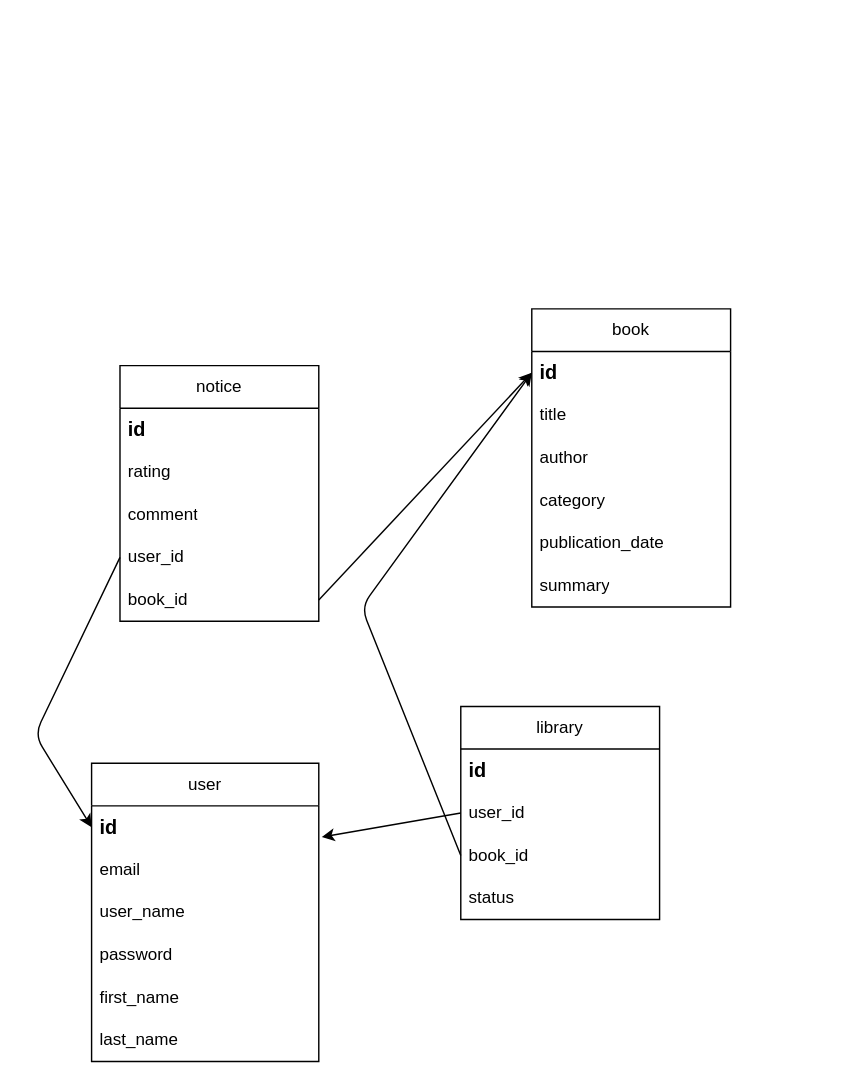
NicholasDSLV/Projet-BlaBlaBook keeps this draw.io diagram as conception/BDD/mld.dio. Above is the earlier version. Source tidied: cells renumbered, new cells numbered last; positions are measured from the earlier drawing's top-left corner, leaving out a move shared by most shapes. Both pictures are drawn from the tidied source at 142%, with x=0, y=0 at pixel (34, 308).
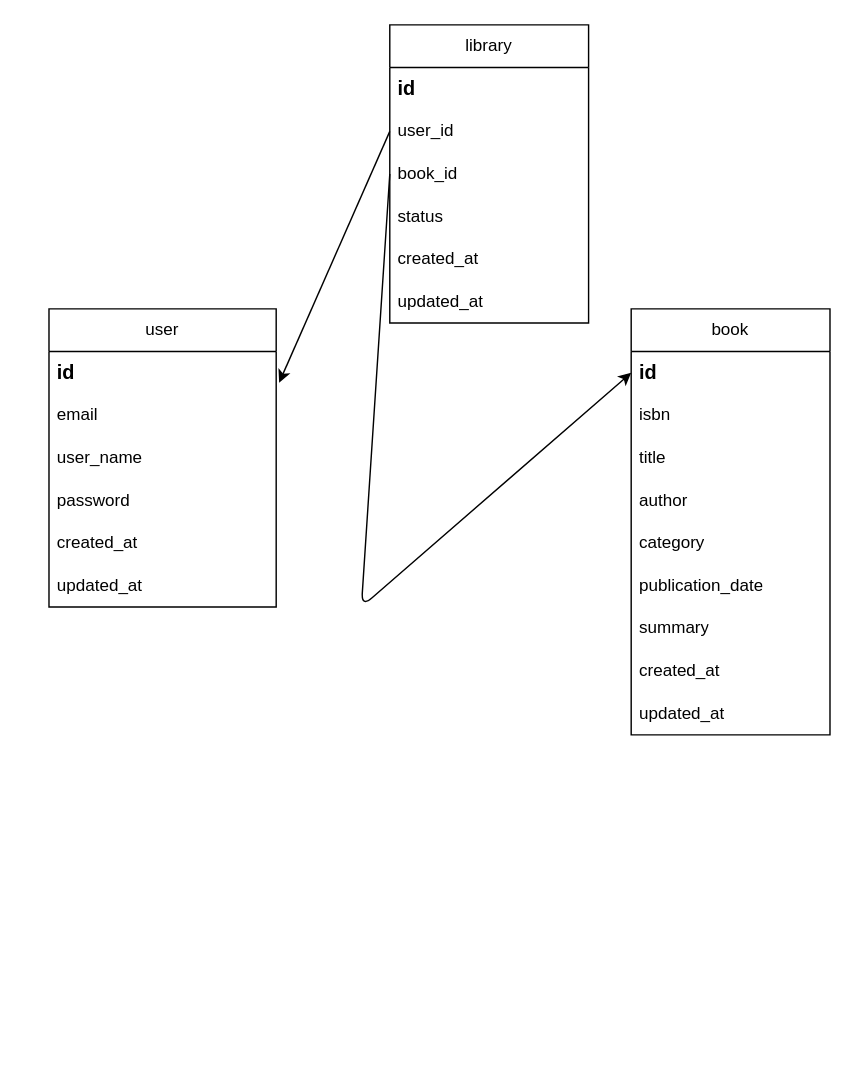
The same page after the edit.

The change refers to these unchanged cells:
```xml
<mxCell id="3" value="&lt;b&gt;&lt;font style=&quot;font-size: 14px;&quot;&gt;id&lt;/font&gt;&lt;/b&gt;" style="text;strokeColor=none;fillColor=none;align=left;verticalAlign=middle;spacingLeft=4;spacingRight=4;overflow=hidden;points=[[0,0.5],[1,0.5]];portConstraint=eastwest;whiteSpace=wrap;html=1;" parent="2" vertex="1">
  <mxGeometry y="30" width="160" height="30" as="geometry" />
</mxCell>
<mxCell id="16" value="&lt;b&gt;&lt;font style=&quot;font-size: 14px;&quot;&gt;id&lt;/font&gt;&lt;/b&gt;" style="text;strokeColor=none;fillColor=none;align=left;verticalAlign=middle;spacingLeft=4;spacingRight=4;overflow=hidden;points=[[0,0.5],[1,0.5]];portConstraint=eastwest;whiteSpace=wrap;html=1;" parent="15" vertex="1">
  <mxGeometry y="30" width="140" height="30" as="geometry" />
</mxCell>
```

What changed in the source:
```diff
@@
     <mxCell id="2" value="user" style="swimlane;fontStyle=0;horizontal=1;startSize=30;whiteSpace=wrap;html=1;" parent="1" vertex="1">
-      <mxGeometry x="40" y="320" width="160" height="210" as="geometry" />
+      <mxGeometry x="10" width="160" height="210" as="geometry" />
     </mxCell>
@@
-    <mxCell id="7" value="first_name" style="text;strokeColor=none;fillColor=none;align=left;verticalAlign=middle;spacingLeft=4;spacingRight=4;overflow=hidden;whiteSpace=wrap;html=1;" parent="2" vertex="1">
-      <mxGeometry y="150" width="160" height="30" as="geometry" />
-    </mxCell>
-    <mxCell id="8" value="last_name" style="text;strokeColor=none;fillColor=none;align=left;verticalAlign=middle;spacingLeft=4;spacingRight=4;overflow=hidden;whiteSpace=wrap;html=1;" parent="2" vertex="1">
-      <mxGeometry y="180" width="160" height="30" as="geometry" />
-    </mxCell>
-    <mxCell id="9" value="notice" style="swimlane;fontStyle=0;horizontal=1;startSize=30;whiteSpace=wrap;html=1;" parent="1" vertex="1">
-      <mxGeometry x="60" y="40" width="140" height="180" as="geometry" />
-    </mxCell>
-    <mxCell id="10" value="&lt;b&gt;&lt;font style=&quot;font-size: 14px;&quot;&gt;id&lt;/font&gt;&lt;/b&gt;" style="text;strokeColor=none;fillColor=none;align=left;verticalAlign=middle;spacingLeft=4;spacingRight=4;overflow=hidden;whiteSpace=wrap;html=1;" parent="9" vertex="1">
-      <mxGeometry y="30" width="140" height="30" as="geometry" />
-    </mxCell>
-    <mxCell id="11" value="rating" style="text;strokeColor=none;fillColor=none;align=left;verticalAlign=middle;spacingLeft=4;spacingRight=4;overflow=hidden;whiteSpace=wrap;html=1;" parent="9" vertex="1">
-      <mxGeometry y="60" width="140" height="30" as="geometry" />
-    </mxCell>
-    <mxCell id="12" value="comment" style="text;strokeColor=none;fillColor=none;align=left;verticalAlign=middle;spacingLeft=4;spacingRight=4;overflow=hidden;whiteSpace=wrap;html=1;" parent="9" vertex="1">
-      <mxGeometry y="90" width="140" height="30" as="geometry" />
-    </mxCell>
-    <mxCell id="13" value="user_id" style="text;strokeColor=none;fillColor=none;align=left;verticalAlign=middle;spacingLeft=4;spacingRight=4;overflow=hidden;points=[[0,0.5],[1,0.5]];portConstraint=eastwest;whiteSpace=wrap;html=1;" parent="9" vertex="1">
-      <mxGeometry y="120" width="140" height="30" as="geometry" />
-    </mxCell>
-    <mxCell id="14" value="book_id" style="text;strokeColor=none;fillColor=none;align=left;verticalAlign=middle;spacingLeft=4;spacingRight=4;overflow=hidden;points=[[0,0.5],[1,0.5]];portConstraint=eastwest;whiteSpace=wrap;html=1;" parent="9" vertex="1">
-      <mxGeometry y="150" width="140" height="30" as="geometry" />
-    </mxCell>
+    <mxCell id="31" value="created_at" style="text;strokeColor=none;fillColor=none;align=left;verticalAlign=middle;spacingLeft=4;spacingRight=4;overflow=hidden;whiteSpace=wrap;html=1;" parent="2" vertex="1">
+      <mxGeometry y="150" width="160" height="30" as="geometry" />
+    </mxCell>
+    <mxCell id="32" value="updated_at" style="text;strokeColor=none;fillColor=none;align=left;verticalAlign=middle;spacingLeft=4;spacingRight=4;overflow=hidden;whiteSpace=wrap;html=1;" parent="2" vertex="1">
+      <mxGeometry y="180" width="160" height="30" as="geometry" />
+    </mxCell>
     <mxCell id="15" value="book" style="swimlane;fontStyle=0;horizontal=1;startSize=30;whiteSpace=wrap;html=1;" parent="1" vertex="1">
-      <mxGeometry x="350" width="140" height="210" as="geometry" />
+      <mxGeometry x="420" width="140" height="300" as="geometry" />
     </mxCell>
@@
+    <mxCell id="33" value="isbn" style="text;strokeColor=none;fillColor=none;align=left;verticalAlign=middle;spacingLeft=4;spacingRight=4;overflow=hidden;whiteSpace=wrap;html=1;" parent="15" vertex="1">
+      <mxGeometry y="60" width="140" height="30" as="geometry" />
+    </mxCell>
     <mxCell id="17" value="title" style="text;strokeColor=none;fillColor=none;align=left;verticalAlign=middle;spacingLeft=4;spacingRight=4;overflow=hidden;whiteSpace=wrap;html=1;" parent="15" vertex="1">
-      <mxGeometry y="60" width="140" height="30" as="geometry" />
+      <mxGeometry y="90" width="140" height="30" as="geometry" />
     </mxCell>
     <mxCell id="18" value="author" style="text;strokeColor=none;fillColor=none;align=left;verticalAlign=middle;spacingLeft=4;spacingRight=4;overflow=hidden;whiteSpace=wrap;html=1;" parent="15" vertex="1">
-      <mxGeometry y="90" width="140" height="30" as="geometry" />
+      <mxGeometry y="120" width="140" height="30" as="geometry" />
     </mxCell>
     <mxCell id="19" value="category" style="text;strokeColor=none;fillColor=none;align=left;verticalAlign=middle;spacingLeft=4;spacingRight=4;overflow=hidden;whiteSpace=wrap;html=1;" parent="15" vertex="1">
-      <mxGeometry y="120" width="140" height="30" as="geometry" />
+      <mxGeometry y="150" width="140" height="30" as="geometry" />
     </mxCell>
     <mxCell id="20" value="publication_date" style="text;strokeColor=none;fillColor=none;align=left;verticalAlign=middle;spacingLeft=4;spacingRight=4;overflow=hidden;whiteSpace=wrap;html=1;" parent="15" vertex="1">
-      <mxGeometry y="150" width="140" height="30" as="geometry" />
+      <mxGeometry y="180" width="140" height="30" as="geometry" />
     </mxCell>
     <mxCell id="21" value="summary" style="text;strokeColor=none;fillColor=none;align=left;verticalAlign=middle;spacingLeft=4;spacingRight=4;overflow=hidden;whiteSpace=wrap;html=1;" parent="15" vertex="1">
-      <mxGeometry y="180" width="140" height="30" as="geometry" />
+      <mxGeometry y="210" width="140" height="30" as="geometry" />
     </mxCell>
+    <mxCell id="34" value="created_at" style="text;strokeColor=none;fillColor=none;align=left;verticalAlign=middle;spacingLeft=4;spacingRight=4;overflow=hidden;whiteSpace=wrap;html=1;" parent="15" vertex="1">
+      <mxGeometry y="240" width="140" height="30" as="geometry" />
+    </mxCell>
+    <mxCell id="35" value="updated_at" style="text;strokeColor=none;fillColor=none;align=left;verticalAlign=middle;spacingLeft=4;spacingRight=4;overflow=hidden;whiteSpace=wrap;html=1;" parent="15" vertex="1">
+      <mxGeometry y="270" width="140" height="30" as="geometry" />
+    </mxCell>
     <mxCell id="22" value="library" style="swimlane;fontStyle=0;horizontal=1;startSize=30;whiteSpace=wrap;html=1;" parent="1" vertex="1">
-      <mxGeometry x="300" y="280" width="140" height="150" as="geometry" />
+      <mxGeometry x="250" y="-200" width="140" height="210" as="geometry" />
     </mxCell>
@@
+    <mxCell id="36" value="created_at" style="text;strokeColor=none;fillColor=none;align=left;verticalAlign=middle;spacingLeft=4;spacingRight=4;overflow=hidden;whiteSpace=wrap;html=1;" parent="22" vertex="1">
+      <mxGeometry y="150" width="140" height="30" as="geometry" />
+    </mxCell>
+    <mxCell id="37" value="updated_at" style="text;strokeColor=none;fillColor=none;align=left;verticalAlign=middle;spacingLeft=4;spacingRight=4;overflow=hidden;whiteSpace=wrap;html=1;" parent="22" vertex="1">
+      <mxGeometry y="180" width="140" height="30" as="geometry" />
+    </mxCell>
@@
-    <mxCell id="29" style="endArrow=classic;html=1;entryX=0;entryY=0.5;entryDx=0;entryDy=0;exitX=0;exitY=0.5;exitDx=0;exitDy=0;" parent="1" edge="1" source="13" target="3">
-      <mxGeometry relative="1" as="geometry">
-        <Array as="points">
-          <mxPoint y="300" />
-        </Array>
-      </mxGeometry>
-    </mxCell>
-    <mxCell id="30" style="endArrow=classic;html=1;entryX=0;entryY=0.5;entryDx=0;entryDy=0;exitX=1;exitY=0.5;exitDx=0;exitDy=0;" parent="1" edge="1" source="14" target="16">
-      <mxGeometry relative="1" as="geometry" />
-    </mxCell>
```
